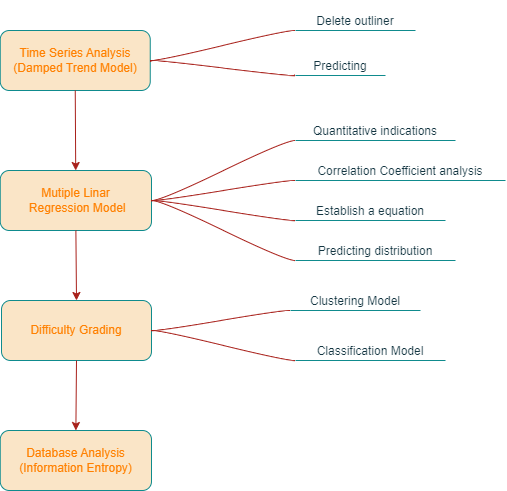
Above: Our Work.png in Ember0520/Drawio (draw.io), before the change. Source tidied: cells renumbered, new cells last; positions are measured from the earlier drawing's top-left corner, leaving out a move shared by most shapes.
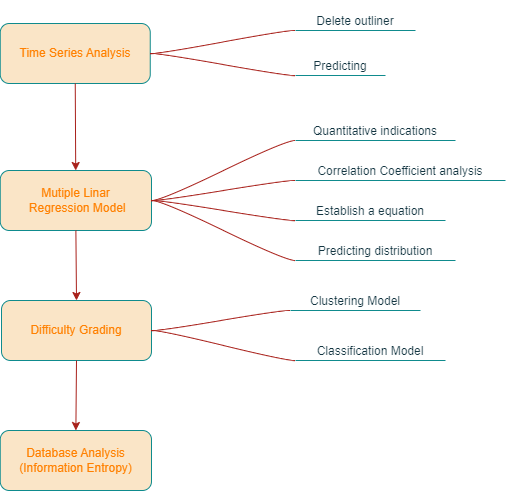
The same file after the commit.

What changed in the source:
```diff
@@ -17,8 +17,8 @@
     <mxCell id="6" value="&lt;font color=&quot;#ff8000&quot;&gt;Database Analysis&lt;br&gt;(Information Entropy)&lt;/font&gt;" style="rounded=1;whiteSpace=wrap;html=1;labelBackgroundColor=none;fillColor=#FAE5C7;strokeColor=#0F8B8D;fontColor=#143642;" parent="1" vertex="1">
       <mxGeometry x="-0.2" y="430" width="151.2" height="60" as="geometry" />
     </mxCell>
-    <mxCell id="7" value="Time Series Analysis&lt;br&gt;(Damped Trend Model)" style="rounded=1;whiteSpace=wrap;html=1;labelBackgroundColor=none;fillColor=#FAE5C7;strokeColor=#0F8B8D;fontColor=#FF8000;" parent="1" vertex="1">
-      <mxGeometry x="-0.2" y="30" width="150" height="60" as="geometry" />
+    <mxCell id="7" value="Time Series Analysis" style="rounded=1;whiteSpace=wrap;html=1;labelBackgroundColor=none;fillColor=#FAE5C7;strokeColor=#0F8B8D;fontColor=#FF8000;" parent="1" vertex="1">
+      <mxGeometry x="-0.2" y="23" width="150" height="60" as="geometry" />
     </mxCell>
     <mxCell id="8" value="Correlation Coefficient analysis" style="whiteSpace=wrap;html=1;shape=partialRectangle;top=0;left=0;bottom=1;right=0;points=[[0,1],[1,1]];fillColor=none;align=center;verticalAlign=bottom;routingCenterY=0.5;snapToPoint=1;newEdgeStyle={&quot;edgeStyle&quot;:&quot;entityRelationEdgeStyle&quot;,&quot;startArrow&quot;:&quot;none&quot;,&quot;endArrow&quot;:&quot;none&quot;,&quot;segment&quot;:10,&quot;curved&quot;:1,&quot;sourcePerimeterSpacing&quot;:0,&quot;targetPerimeterSpacing&quot;:0};labelBackgroundColor=none;strokeColor=#0F8B8D;fontColor=#143642;" parent="1" vertex="1">
       <mxGeometry x="295" y="150" width="210" height="30" as="geometry" />
```
